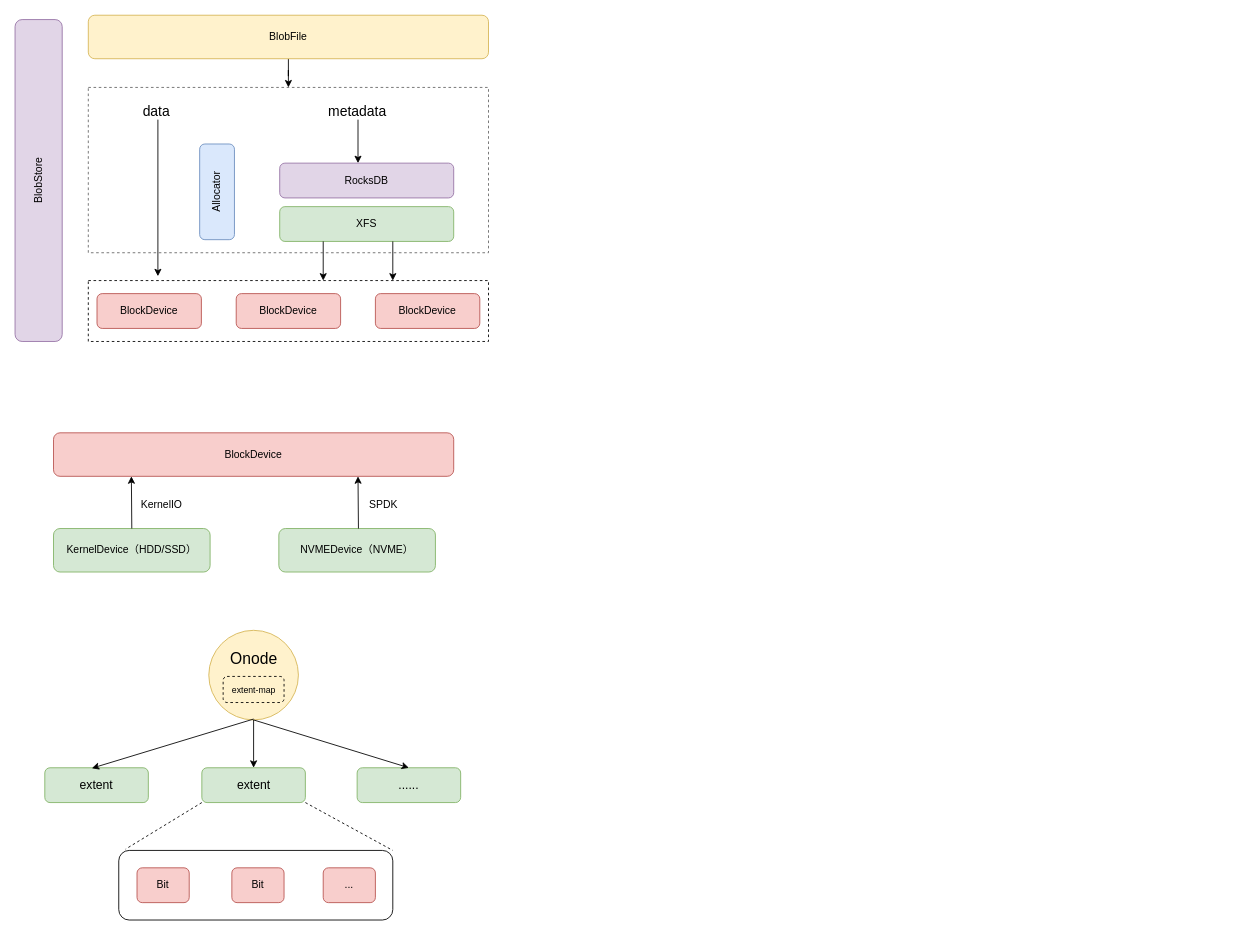
This is bs存储底座.drawio from shimingyah/diagrams, a draw.io file, before an edit. Source tidied: cells renumbered, new cells numbered last; positions are measured from the earlier drawing's top-left corner, leaving out a move shared by most shapes. Both pictures are drawn from the tidied source at 87%, with x=0, y=0 at pixel (-123, 15).
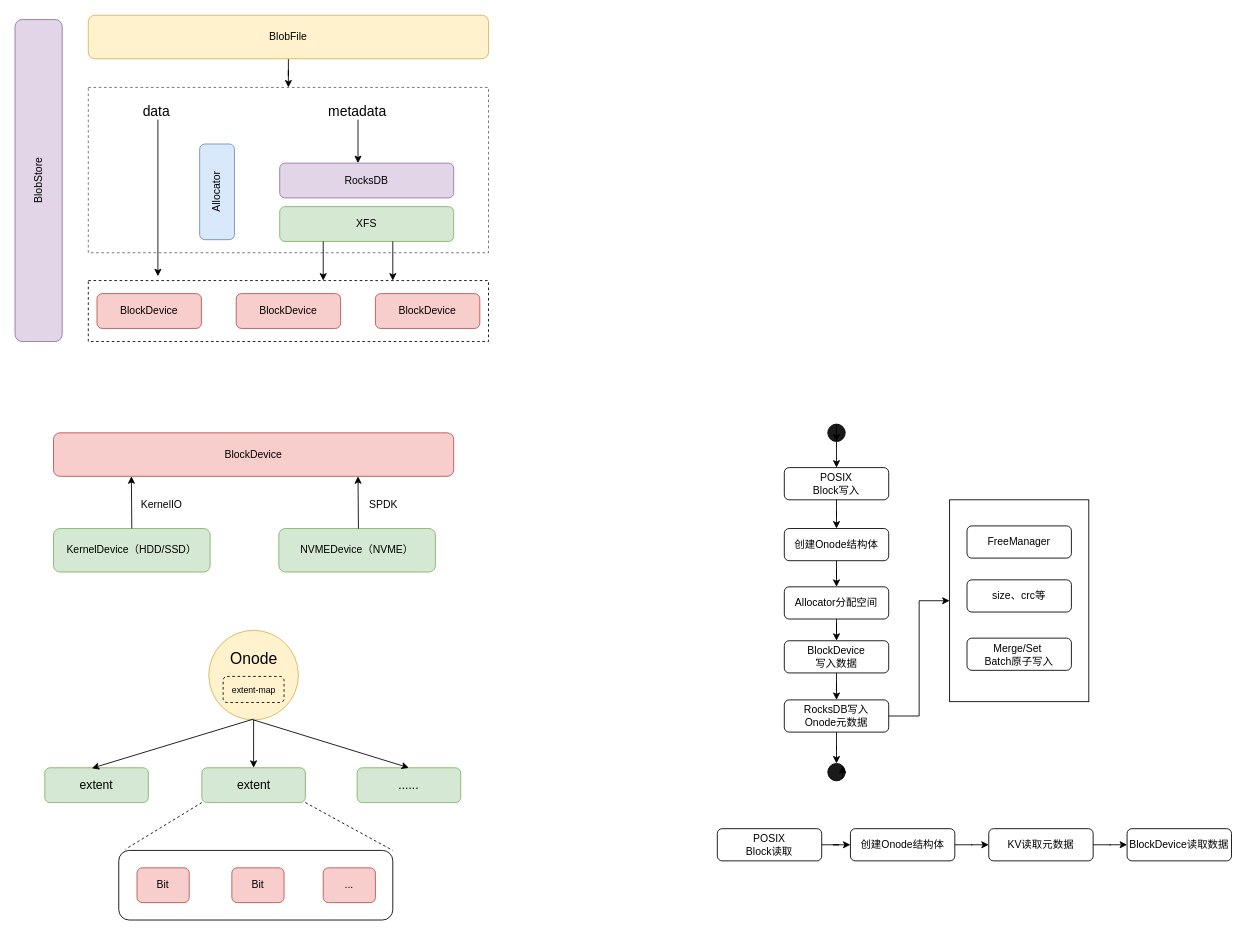
The same diagram, later.

Commit message:
更新bs存储底座.drawio

Change to the diagram source:
```diff
@@
+    <mxCell id="42" style="edgeStyle=orthogonalEdgeStyle;rounded=0;jettySize=auto;html=1;" parent="1" edge="1" source="43" target="45">
+      <mxGeometry relative="1" as="geometry" />
+    </mxCell>
+    <mxCell id="43" value="POSIX&lt;div&gt;Block写入&lt;/div&gt;" style="rounded=1;whiteSpace=wrap;html=1;fillColor=none;" parent="1" vertex="1">
+      <mxGeometry x="1042" y="520" width="120" height="37" as="geometry" />
+    </mxCell>
+    <mxCell id="44" style="edgeStyle=orthogonalEdgeStyle;rounded=0;jettySize=auto;html=1;" parent="1" edge="1" source="45" target="52">
+      <mxGeometry relative="1" as="geometry" />
+    </mxCell>
+    <mxCell id="45" value="创建Onode结构体" style="rounded=1;whiteSpace=wrap;html=1;fillColor=none;" parent="1" vertex="1">
+      <mxGeometry x="1042" y="590" width="120" height="37" as="geometry" />
+    </mxCell>
+    <mxCell id="46" style="edgeStyle=orthogonalEdgeStyle;rounded=0;jettySize=auto;html=1;" parent="1" edge="1" source="47" target="50">
+      <mxGeometry relative="1" as="geometry" />
+    </mxCell>
+    <mxCell id="47" value="BlockDevice&lt;div&gt;写入数据&lt;/div&gt;" style="rounded=1;whiteSpace=wrap;html=1;fillColor=none;" parent="1" vertex="1">
+      <mxGeometry x="1042" y="719" width="120" height="37" as="geometry" />
+    </mxCell>
+    <mxCell id="48" style="edgeStyle=orthogonalEdgeStyle;rounded=0;jettySize=auto;html=1;" parent="1" edge="1" source="50" target="56">
+      <mxGeometry relative="1" as="geometry" />
+    </mxCell>
+    <mxCell id="49" style="edgeStyle=orthogonalEdgeStyle;rounded=0;jettySize=auto;html=1;" parent="1" edge="1" source="50" target="61">
+      <mxGeometry relative="1" as="geometry" />
+    </mxCell>
+    <mxCell id="50" value="RocksDB写入&lt;div&gt;Onode元数据&lt;/div&gt;" style="rounded=1;whiteSpace=wrap;html=1;fillColor=none;" parent="1" vertex="1">
+      <mxGeometry x="1042" y="787" width="120" height="37" as="geometry" />
+    </mxCell>
+    <mxCell id="51" style="edgeStyle=orthogonalEdgeStyle;rounded=0;jettySize=auto;html=1;" parent="1" edge="1" source="52" target="47">
+      <mxGeometry relative="1" as="geometry" />
+    </mxCell>
+    <mxCell id="52" value="Allocator分配空间" style="rounded=1;whiteSpace=wrap;html=1;fillColor=none;" parent="1" vertex="1">
+      <mxGeometry x="1042" y="657" width="120" height="37" as="geometry" />
+    </mxCell>
+    <mxCell id="53" style="edgeStyle=orthogonalEdgeStyle;rounded=0;jettySize=auto;html=1;exitX=0.5;exitY=1;exitDx=0;exitDy=0;entryX=0.5;entryY=0;entryDx=0;entryDy=0;" parent="1" edge="1" source="54" target="43">
+      <mxGeometry relative="1" as="geometry" />
+    </mxCell>
+    <mxCell id="54" style="ellipse;whiteSpace=wrap;html=1;fillColor=#1A1A1A;" parent="1" vertex="1">
+      <mxGeometry x="1092" y="470" width="20" height="20" as="geometry" />
+    </mxCell>
+    <mxCell id="55" style="edgeStyle=orthogonalEdgeStyle;rounded=0;orthogonalLoop=1;jettySize=auto;html=1;exitX=0.5;exitY=0;exitDx=0;exitDy=0;entryX=0.5;entryY=1;entryDx=0;entryDy=0;" parent="1" edge="1" source="54" target="54">
+      <mxGeometry relative="1" as="geometry">
+        <Array as="points">
+          <mxPoint x="1102" y="490" />
+          <mxPoint x="1102" y="490" />
+        </Array>
+      </mxGeometry>
+    </mxCell>
+    <mxCell id="56" style="ellipse;whiteSpace=wrap;html=1;fillColor=#1A1A1A;" parent="1" vertex="1">
+      <mxGeometry x="1092" y="860" width="20" height="20" as="geometry" />
+    </mxCell>
+    <mxCell id="57" style="edgeStyle=orthogonalEdgeStyle;rounded=0;orthogonalLoop=1;jettySize=auto;html=1;exitX=1;exitY=1;exitDx=0;exitDy=0;entryX=1;entryY=0;entryDx=0;entryDy=0;" parent="1" edge="1" source="56" target="56">
+      <mxGeometry relative="1" as="geometry" />
+    </mxCell>
+    <mxCell id="58" value="FreeManager" style="rounded=1;whiteSpace=wrap;html=1;fillColor=none;" parent="1" vertex="1">
+      <mxGeometry x="1252" y="587" width="120" height="37" as="geometry" />
+    </mxCell>
+    <mxCell id="59" value="size、crc等" style="rounded=1;whiteSpace=wrap;html=1;fillColor=none;" parent="1" vertex="1">
+      <mxGeometry x="1252" y="649" width="120" height="37" as="geometry" />
+    </mxCell>
+    <mxCell id="60" value="Merge/Set&amp;nbsp;&lt;div&gt;Batch原子写入&lt;/div&gt;" style="rounded=1;whiteSpace=wrap;html=1;fillColor=none;" parent="1" vertex="1">
+      <mxGeometry x="1252" y="716" width="120" height="37" as="geometry" />
+    </mxCell>
+    <mxCell id="61" style="rounded=0;whiteSpace=wrap;html=1;fillColor=none;" parent="1" vertex="1">
+      <mxGeometry x="1232" y="557" width="160" height="232" as="geometry" />
+    </mxCell>
+    <mxCell id="62" style="edgeStyle=orthogonalEdgeStyle;rounded=0;jettySize=auto;html=1;" parent="1" edge="1" source="63" target="65">
+      <mxGeometry relative="1" as="geometry" />
+    </mxCell>
+    <mxCell id="63" value="POSIX&lt;div&gt;Block读取&lt;/div&gt;" style="rounded=1;whiteSpace=wrap;html=1;fillColor=none;" parent="1" vertex="1">
+      <mxGeometry x="965" y="935" width="120" height="37" as="geometry" />
+    </mxCell>
+    <mxCell id="64" style="edgeStyle=orthogonalEdgeStyle;rounded=0;jettySize=auto;html=1;" parent="1" edge="1" source="65" target="67">
+      <mxGeometry relative="1" as="geometry" />
+    </mxCell>
+    <mxCell id="65" value="创建Onode结构体" style="rounded=1;whiteSpace=wrap;html=1;fillColor=none;" parent="1" vertex="1">
+      <mxGeometry x="1118" y="935" width="120" height="37" as="geometry" />
+    </mxCell>
+    <mxCell id="66" style="edgeStyle=orthogonalEdgeStyle;rounded=0;jettySize=auto;html=1;" parent="1" edge="1" source="67" target="68">
+      <mxGeometry relative="1" as="geometry" />
+    </mxCell>
+    <mxCell id="67" value="KV读取元数据" style="rounded=1;whiteSpace=wrap;html=1;fillColor=none;" parent="1" vertex="1">
+      <mxGeometry x="1277" y="935" width="120" height="37" as="geometry" />
+    </mxCell>
+    <mxCell id="68" value="BlockDevice读取数据" style="rounded=1;whiteSpace=wrap;html=1;fillColor=none;" parent="1" vertex="1">
+      <mxGeometry x="1436" y="935" width="120" height="37" as="geometry" />
+    </mxCell>
```
